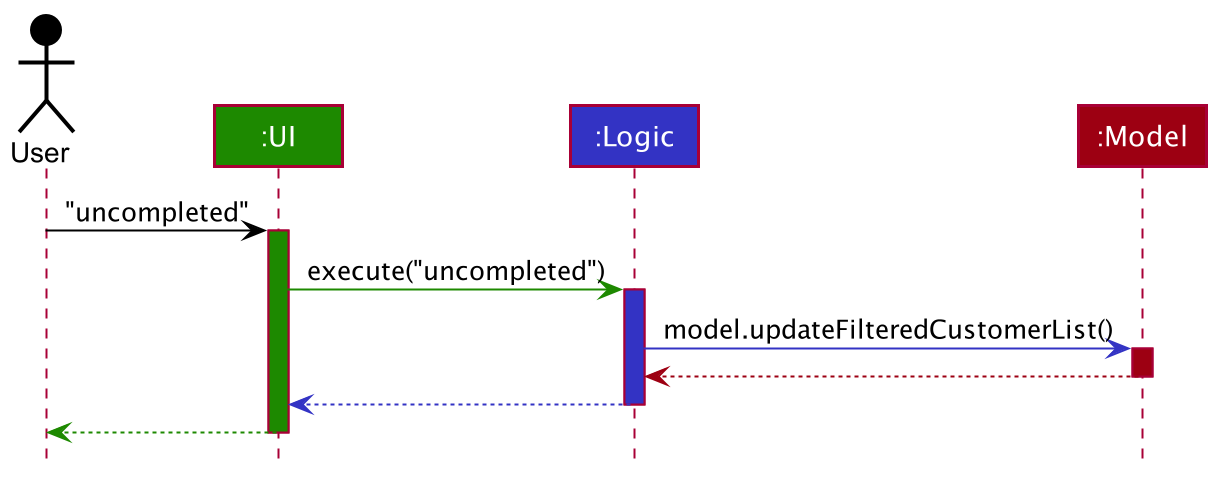
nus-cs2103-AY2021S2/tp keeps this PlantUML diagram as docs/images/UncompletedCommandSequenceDiagram.png. Above is the earlier version.
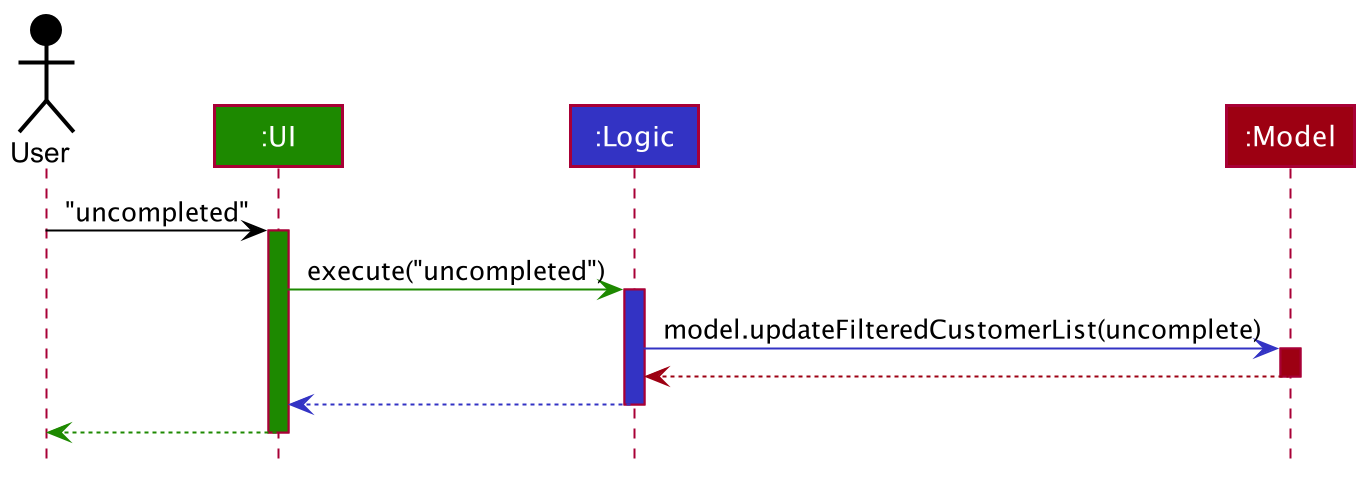
Later version of the same file.

Diff of the diagram source:
```diff
@@ -13,7 +13,7 @@
 ui -[UI_COLOR]> logic : execute("uncompleted")
 activate logic LOGIC_COLOR
 
-logic -[LOGIC_COLOR]> model : model.updateFilteredCustomerList()
+logic -[LOGIC_COLOR]> model : model.updateFilteredCustomerList(uncomplete)
 activate model MODEL_COLOR
 
 model -[MODEL_COLOR]-> logic
```
